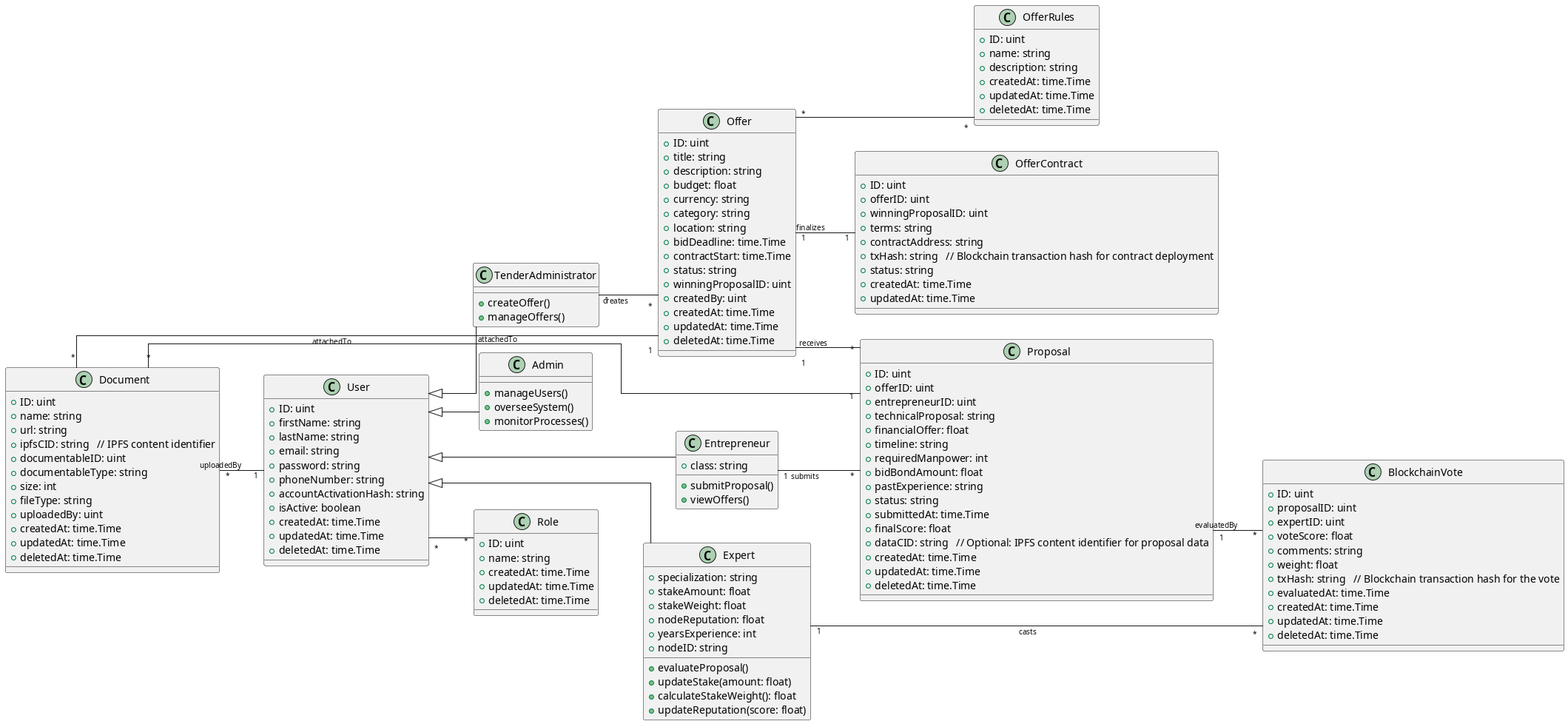
Brondont/Anchora keeps this PlantUML diagram as UML/class.png. Above is the earlier version.
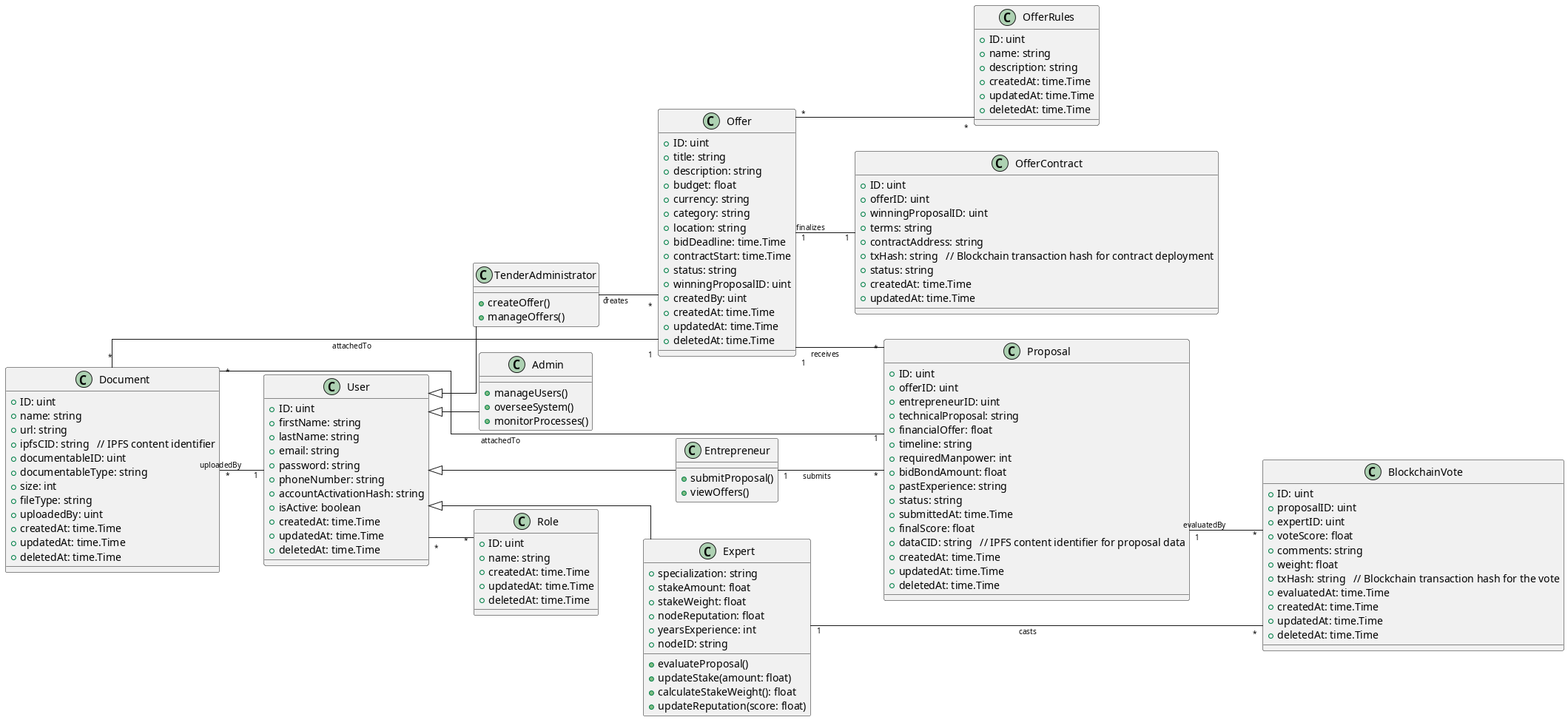
After the commit.

What changed in the source:
```diff
@@ -1,4 +1,4 @@
-@startuml class
+@startuml
 left to right direction
 skinparam linetype ortho
 skinparam ArrowFontSize 10
@@ -24,7 +24,6 @@
 }
 
 class Entrepreneur {
-  +class: string
   +submitProposal()
   +viewOffers()
 }
@@ -86,7 +85,7 @@
   +status: string
   +submittedAt: time.Time
   +finalScore: float
-  +dataCID: string   // Optional: IPFS content identifier for proposal data
+  +dataCID: string   // IPFS content identifier for proposal data
   +createdAt: time.Time
   +updatedAt: time.Time
   +deletedAt: time.Time
```
